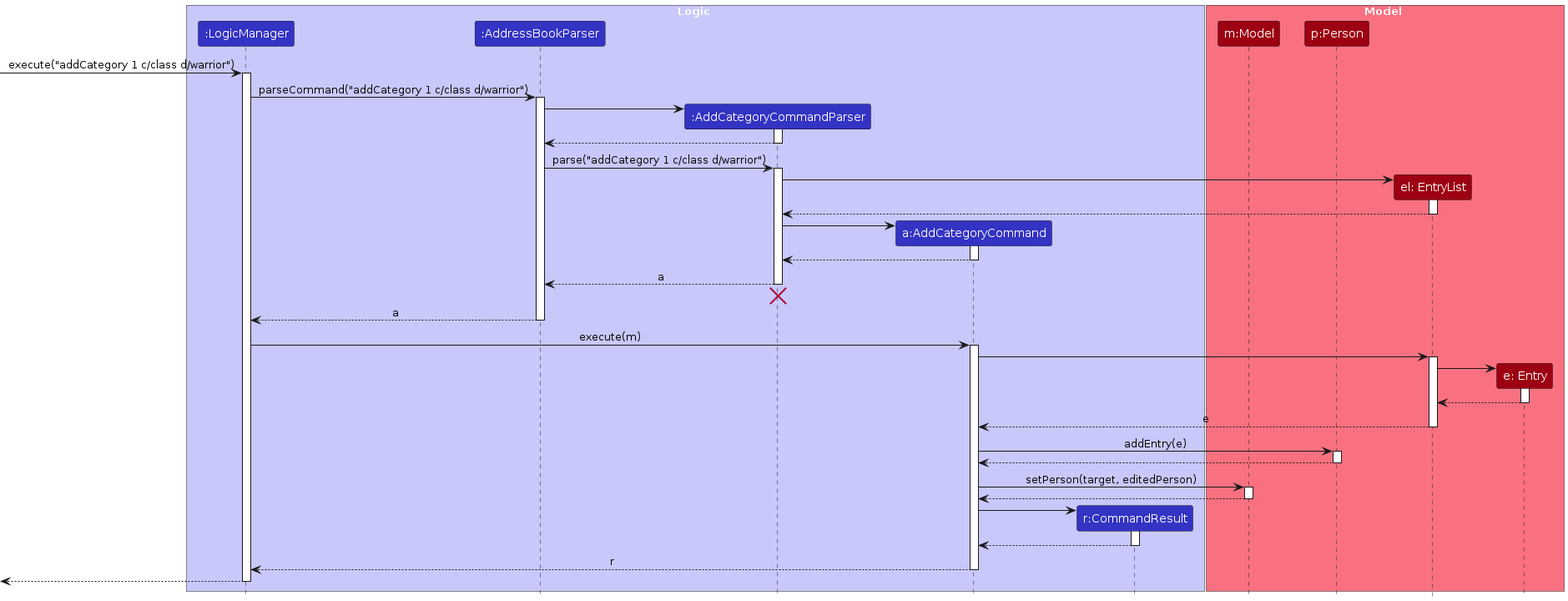
Earlier version of the PlantUML export diagrams/AddCategorySequenceDiagram.png (AY2324S2-CS2103T-W13-3/tp). Its source is kept beside it as diagrams/AddCategorySequenceDiagram.puml.
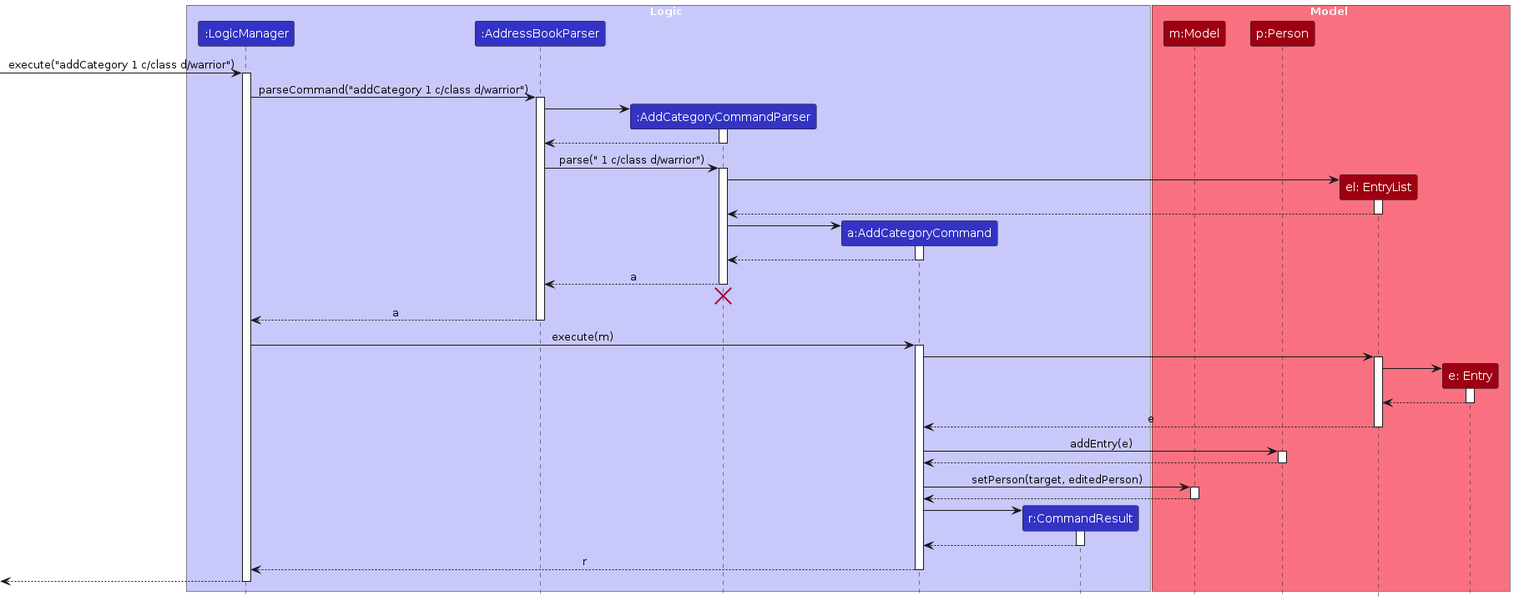
After the commit.

What changed in the source:
```diff
@@ -30,7 +30,7 @@
 AddCategoryCommandParser --> AddressBookParser
 deactivate AddCategoryCommandParser
 
-AddressBookParser -> AddCategoryCommandParser : parse("addCategory 1 c/class d/warrior")
+AddressBookParser -> AddCategoryCommandParser : parse(" 1 c/class d/warrior")
 activate AddCategoryCommandParser
 
 create entryList
```
